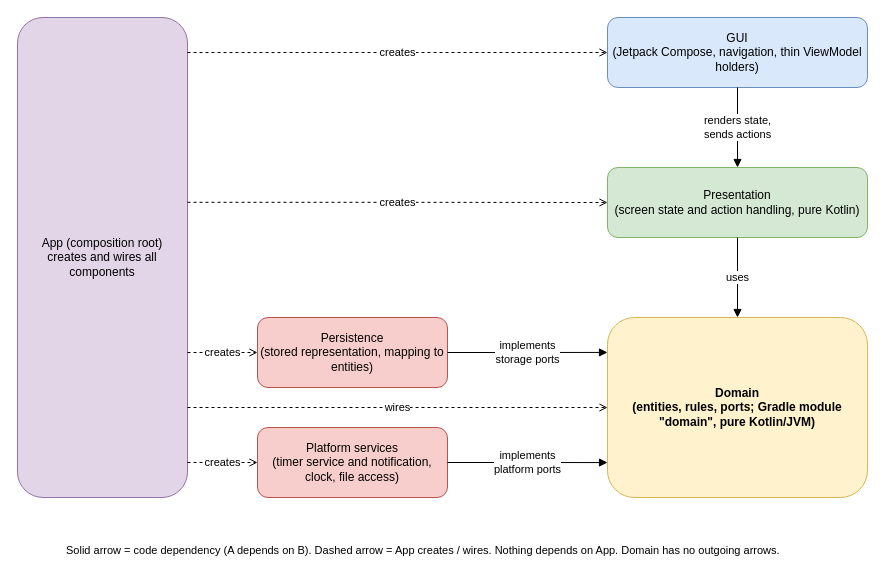
The draw.io diagram docs/diagrams/components.drawio in Qbisiek/habbit-tracker, before the edit. Source tidied: cells renumbered, new cells numbered last; positions are measured from the earlier drawing's top-left corner, leaving out a move shared by most shapes. Both pictures are drawn from the tidied source at 100%, with x=0, y=0 at pixel (17, 17).
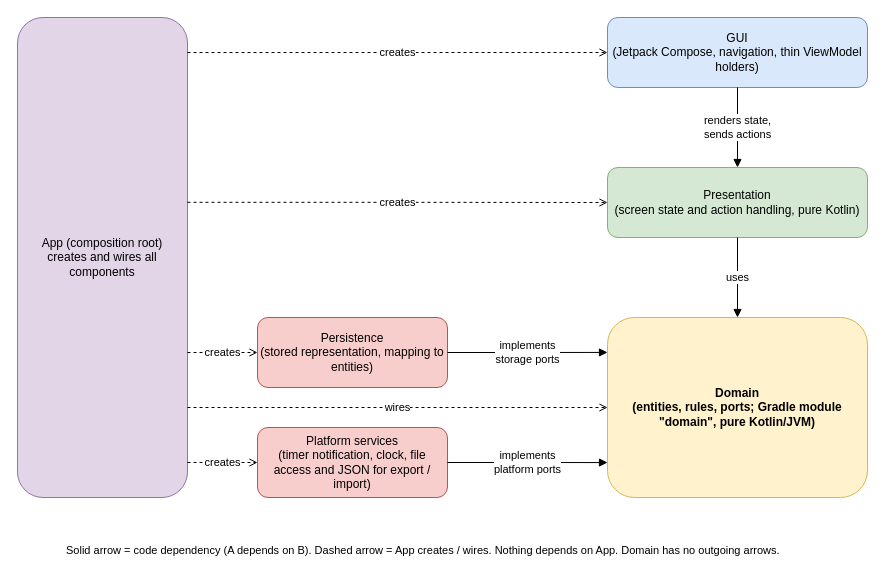
Above is the later version.

Diff of the diagram source:
```diff
@@
 <mxGraphModel>
   <root>
     <mxCell id="0" />
     <mxCell id="1" parent="0" />
     <mxCell id="2" value="App (composition root)&#10;creates and wires all components" style="rounded=1;whiteSpace=wrap;html=1;fillColor=#e1d5e7;strokeColor=#9673a6;" parent="1" vertex="1">
       <mxGeometry width="170" height="480" as="geometry" />
     </mxCell>
     <mxCell id="3" value="GUI&#10;(Jetpack Compose, navigation, thin ViewModel holders)" style="rounded=1;whiteSpace=wrap;html=1;fillColor=#dae8fc;strokeColor=#6c8ebf;" parent="1" vertex="1">
       <mxGeometry x="590" width="260" height="70" as="geometry" />
     </mxCell>
     <mxCell id="4" value="Presentation&#10;(screen state and action handling, pure Kotlin)" style="rounded=1;whiteSpace=wrap;html=1;fillColor=#d5e8d4;strokeColor=#82b366;" parent="1" vertex="1">
       <mxGeometry x="590" y="150" width="260" height="70" as="geometry" />
     </mxCell>
     <mxCell id="5" value="Domain&#10;(entities, rules, ports; Gradle module &quot;domain&quot;, pure Kotlin/JVM)" style="rounded=1;whiteSpace=wrap;html=1;fillColor=#fff2cc;strokeColor=#d6b656;fontStyle=1;" parent="1" vertex="1">
       <mxGeometry x="590" y="300" width="260" height="180" as="geometry" />
     </mxCell>
     <mxCell id="6" value="Persistence&#10;(stored representation, mapping to entities)" style="rounded=1;whiteSpace=wrap;html=1;fillColor=#f8cecc;strokeColor=#b85450;" parent="1" vertex="1">
       <mxGeometry x="240" y="300" width="190" height="70" as="geometry" />
     </mxCell>
-    <mxCell id="7" value="Platform services&#10;(timer service and notification, clock, file access)" style="rounded=1;whiteSpace=wrap;html=1;fillColor=#f8cecc;strokeColor=#b85450;" parent="1" vertex="1">
+    <mxCell id="7" value="Platform services&#10;(timer notification, clock, file access and JSON for export / import)" style="rounded=1;whiteSpace=wrap;html=1;fillColor=#f8cecc;strokeColor=#b85450;" parent="1" vertex="1">
       <mxGeometry x="240" y="410" width="190" height="70" as="geometry" />
     </mxCell>
     <mxCell id="8" value="renders state,&#10;sends actions" style="endArrow=block;html=1;edgeStyle=orthogonalEdgeStyle;" parent="1" edge="1" source="3" target="4">
       <mxGeometry relative="1" as="geometry" />
     </mxCell>
     <mxCell id="9" value="uses" style="endArrow=block;html=1;edgeStyle=orthogonalEdgeStyle;" parent="1" edge="1" source="4" target="5">
       <mxGeometry relative="1" as="geometry" />
     </mxCell>
     <mxCell id="10" value="implements&#10;storage ports" style="endArrow=block;html=1;edgeStyle=orthogonalEdgeStyle;exitX=1;exitY=0.5;exitDx=0;exitDy=0;entryX=0;entryY=0.194;entryDx=0;entryDy=0;entryPerimeter=0;" parent="1" edge="1" source="6" target="5">
       <mxGeometry relative="1" as="geometry" />
     </mxCell>
     <mxCell id="11" value="implements&#10;platform ports" style="endArrow=block;html=1;edgeStyle=orthogonalEdgeStyle;exitX=1;exitY=0.5;exitDx=0;exitDy=0;entryX=0;entryY=0.806;entryDx=0;entryDy=0;entryPerimeter=0;" parent="1" edge="1" source="7" target="5">
       <mxGeometry relative="1" as="geometry" />
     </mxCell>
     <mxCell id="12" value="creates" style="endArrow=open;dashed=1;html=1;edgeStyle=orthogonalEdgeStyle;exitX=1;exitY=0.073;exitDx=0;exitDy=0;exitPerimeter=0;entryX=0;entryY=0.5;entryDx=0;entryDy=0;" parent="1" edge="1" source="2" target="3">
       <mxGeometry relative="1" as="geometry" />
     </mxCell>
     <mxCell id="13" value="creates" style="endArrow=open;dashed=1;html=1;edgeStyle=orthogonalEdgeStyle;exitX=1;exitY=0.385;exitDx=0;exitDy=0;exitPerimeter=0;entryX=0;entryY=0.5;entryDx=0;entryDy=0;" parent="1" edge="1" source="2" target="4">
       <mxGeometry relative="1" as="geometry" />
     </mxCell>
     <mxCell id="14" value="wires" style="endArrow=open;dashed=1;html=1;edgeStyle=orthogonalEdgeStyle;exitX=1;exitY=0.8125;exitDx=0;exitDy=0;exitPerimeter=0;entryX=0;entryY=0.5;entryDx=0;entryDy=0;" parent="1" edge="1" source="2" target="5">
       <mxGeometry relative="1" as="geometry" />
     </mxCell>
     <mxCell id="15" value="creates" style="endArrow=open;dashed=1;html=1;edgeStyle=orthogonalEdgeStyle;exitX=1;exitY=0.698;exitDx=0;exitDy=0;exitPerimeter=0;entryX=0;entryY=0.5;entryDx=0;entryDy=0;" parent="1" edge="1" source="2" target="6">
       <mxGeometry relative="1" as="geometry" />
     </mxCell>
     <mxCell id="16" value="creates" style="endArrow=open;dashed=1;html=1;edgeStyle=orthogonalEdgeStyle;exitX=1;exitY=0.927;exitDx=0;exitDy=0;exitPerimeter=0;entryX=0;entryY=0.5;entryDx=0;entryDy=0;" parent="1" edge="1" source="2" target="7">
       <mxGeometry relative="1" as="geometry" />
     </mxCell>
     <mxCell id="17" value="Solid arrow = code dependency (A depends on B). Dashed arrow = App creates / wires. Nothing depends on App. Domain has no outgoing arrows." style="text;html=1;whiteSpace=wrap;align=left;fontSize=11;" parent="1" vertex="1">
       <mxGeometry x="47" y="520" width="760" height="30" as="geometry" />
     </mxCell>
   </root>
 </mxGraphModel>
```
